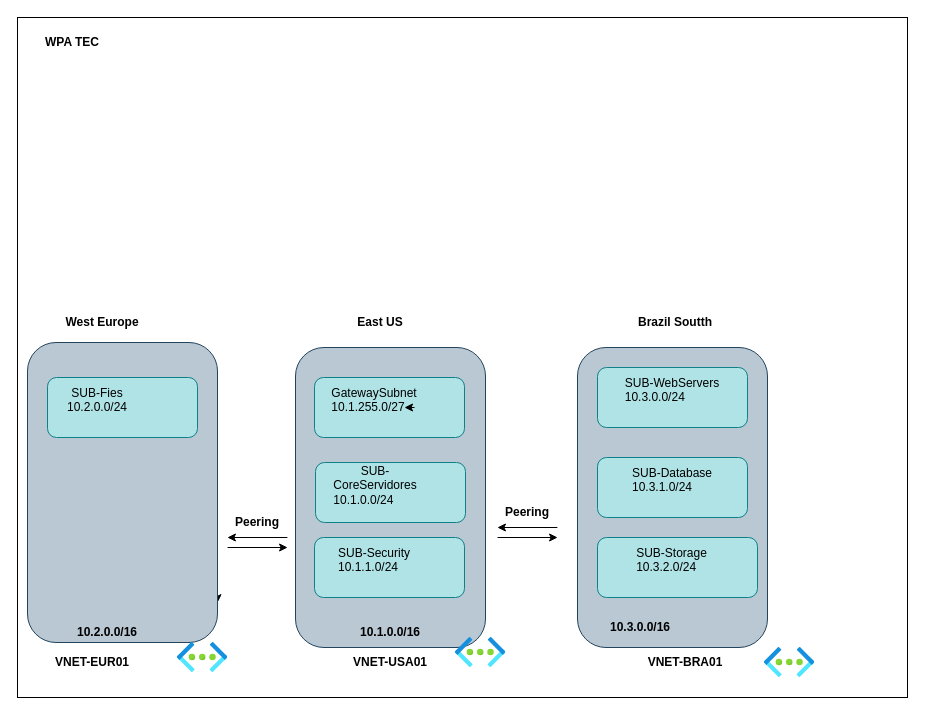
washigtonpa/Diagramas keeps this draw.io diagram as Lab01-mod01-az-700.drawio. Above is the earlier version. Source tidied: cells renumbered, new cells numbered last; positions are measured from the earlier drawing's top-left corner, leaving out a move shared by most shapes. Both pictures are drawn from the tidied source at 100%, with x=0, y=0 at pixel (17, 17). Pictures stored in the file or linked from it are replaced by grey dashed boxes.
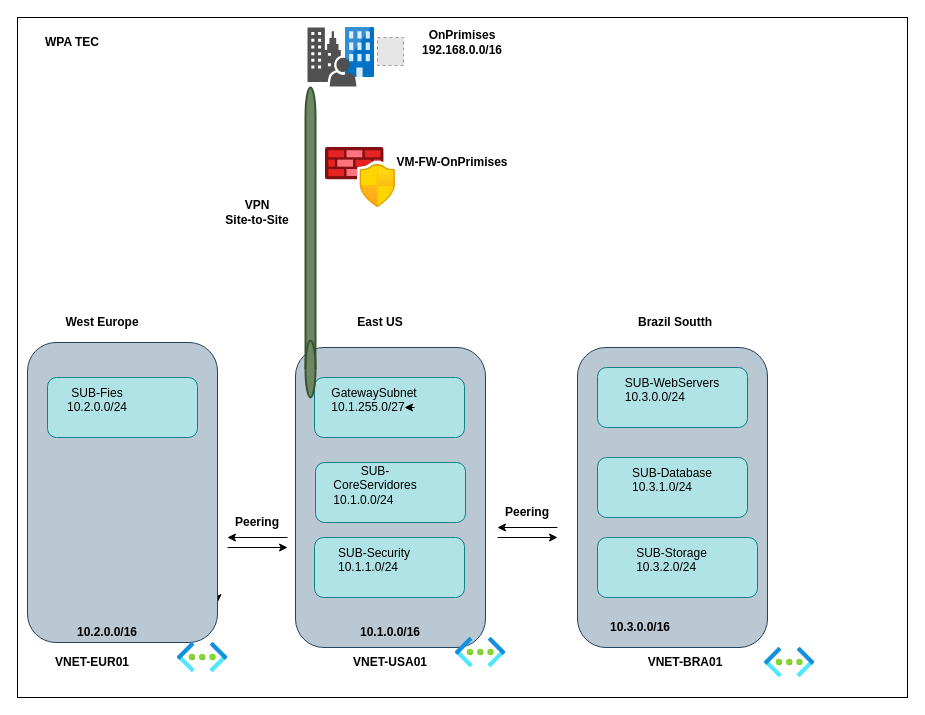
The same diagram, later.

The change refers to these unchanged cells:
```xml
<mxCell id="25" style="group;" parent="1" vertex="1">
  <mxGeometry x="278" y="290" width="210.2" height="370" as="geometry" />
</mxCell>
```

Change to the diagram source:
```diff
@@
+    <mxCell id="55" style="strokeWidth=2;html=1;shape=mxgraph.flowchart.direct_data;whiteSpace=wrap;rotation=90;fillColor=#6d8764;fontColor=#ffffff;strokeColor=#3A5431;" parent="25" vertex="1">
+      <mxGeometry x="-140" y="-70" width="310" height="10" as="geometry" />
+    </mxCell>
@@
+    <mxCell id="56" style="fillColor=#E6E6E6;strokeColor=#999999;dashed=1;verticalLabelPosition=bottom;labelBackgroundColor=default;verticalAlign=top;" parent="1" vertex="1">
+      <mxGeometry x="360" y="20" width="26" height="28" as="geometry" />
+    </mxCell>
+    <mxCell id="57" style="image;sketch=0;html=1;align=center;fontSize=12;image=img/lib/mscae/Exchange_On_premises_Access.svg;" parent="1" vertex="1">
+      <mxGeometry x="328" y="10" width="29" height="50" as="geometry" />
+    </mxCell>
+    <mxCell id="58" style="sketch=0;shadow=0;dashed=0;html=1;strokeColor=none;fillColor=#505050;labelPosition=center;verticalLabelPosition=bottom;verticalAlign=top;align=center;shape=mxgraph.office.users.on_premises_user;" parent="1" vertex="1">
+      <mxGeometry x="290" y="10" width="49" height="59" as="geometry" />
+    </mxCell>
+    <mxCell id="59" value="&lt;div&gt;&lt;b&gt;OnPrimises&lt;/b&gt;&lt;/div&gt;&lt;div&gt;&lt;b&gt;192.168.0.0/16&lt;/b&gt;&lt;/div&gt;" style="text;html=1;whiteSpace=wrap;strokeColor=none;fillColor=none;align=center;verticalAlign=middle;rounded=0;" parent="1" vertex="1">
+      <mxGeometry x="400" y="10" width="90" height="30" as="geometry" />
+    </mxCell>
+    <mxCell id="60" value="&lt;div&gt;&lt;b&gt;VPN&lt;/b&gt;&lt;/div&gt;&lt;div&gt;&lt;b&gt;Site-to-Site&lt;/b&gt;&lt;/div&gt;" style="text;html=1;whiteSpace=wrap;strokeColor=none;fillColor=none;align=center;verticalAlign=middle;rounded=0;" parent="1" vertex="1">
+      <mxGeometry x="195" y="180" width="90" height="30" as="geometry" />
+    </mxCell>
+    <mxCell id="61" style="image;html=1;align=center;fontSize=12;image=img/lib/azure2/networking/Azure_Firewall_Manager.svg;" parent="1" vertex="1">
+      <mxGeometry x="308" y="130" width="70" height="60" as="geometry" />
+    </mxCell>
+    <mxCell id="62" value="&lt;b&gt;VM-FW-OnPrimises&lt;/b&gt;" style="text;html=1;whiteSpace=wrap;strokeColor=none;fillColor=none;align=center;verticalAlign=middle;rounded=0;" parent="1" vertex="1">
+      <mxGeometry x="370" y="130" width="130" height="30" as="geometry" />
+    </mxCell>
```
